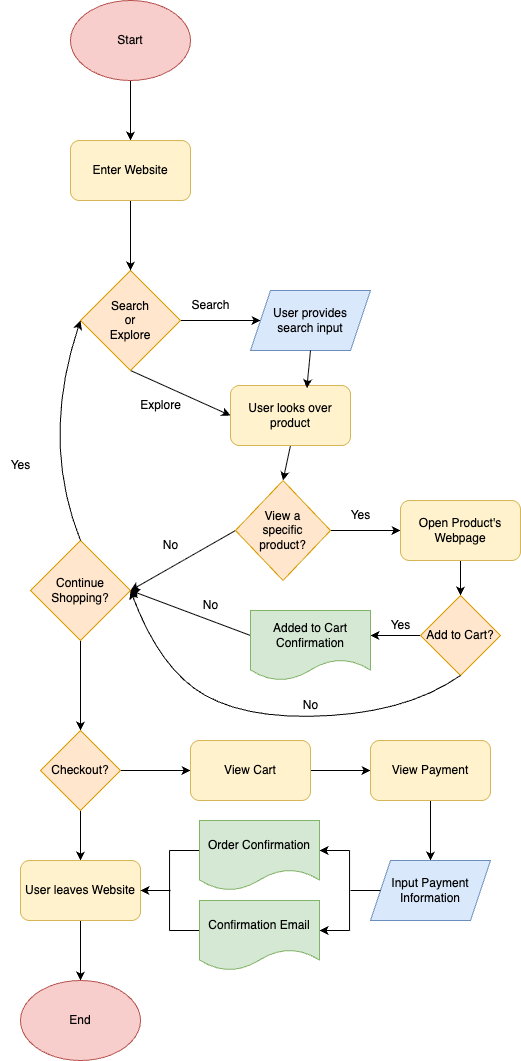
Before: explore/diagramming/diagram.drawio.png, a diagram exported from draw.io (2090lyn/sp26-cse110-lab4). Source tidied: cells renumbered, new cells last; positions are measured from the earlier drawing's top-left corner, leaving out a move shared by most shapes.
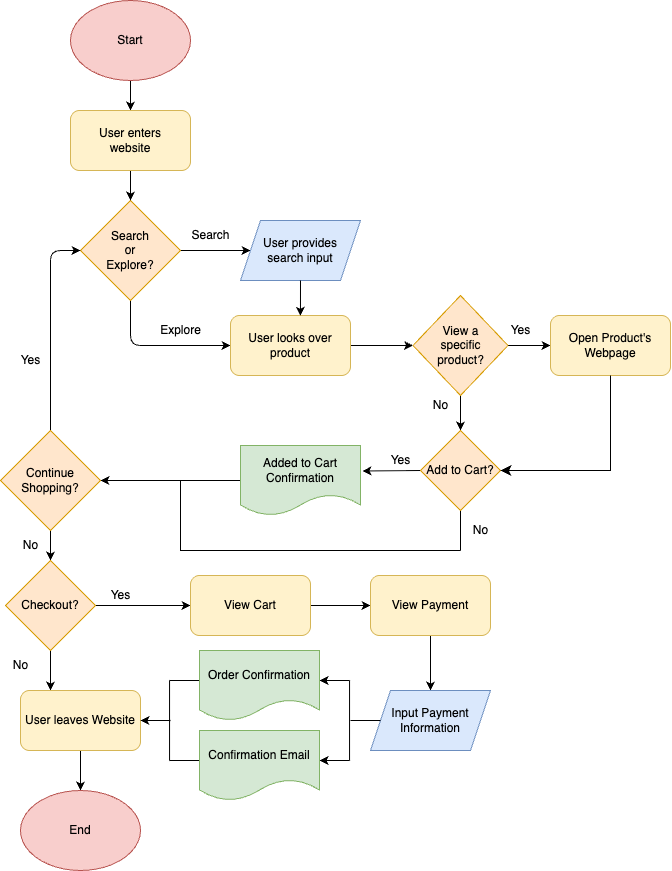
After the change.

Commit message:
fixed the order of sequence for diagram

What changed in the source:
```diff
@@ -6,200 +6,211 @@
       <mxGeometry relative="1" as="geometry" />
     </mxCell>
     <mxCell id="3" value="Start" style="ellipse;whiteSpace=wrap;html=1;fillColor=#f8cecc;strokeColor=#b85450;" parent="1" vertex="1">
-      <mxGeometry x="70" width="120" height="80" as="geometry" />
+      <mxGeometry x="-70" y="70" width="120" height="80" as="geometry" />
     </mxCell>
-    <mxCell id="4" style="edgeStyle=none;html=1;exitX=1;exitY=0.5;exitDx=0;exitDy=0;" parent="1" edge="1" source="6">
-      <mxGeometry relative="1" as="geometry">
-        <mxPoint x="260" y="320" as="targetPoint" />
-      </mxGeometry>
+    <mxCell id="4" style="edgeStyle=none;html=1;exitX=1;exitY=0.5;exitDx=0;exitDy=0;entryX=0;entryY=0.5;entryDx=0;entryDy=0;" parent="1" edge="1" source="6" target="9">
+      <mxGeometry relative="1" as="geometry" />
     </mxCell>
     <mxCell id="5" style="edgeStyle=none;html=1;exitX=0.5;exitY=1;exitDx=0;exitDy=0;entryX=0;entryY=0.5;entryDx=0;entryDy=0;" parent="1" edge="1" source="6" target="12">
-      <mxGeometry relative="1" as="geometry" />
+      <mxGeometry relative="1" as="geometry">
+        <Array as="points">
+          <mxPoint x="-10" y="415" />
+        </Array>
+      </mxGeometry>
     </mxCell>
-    <mxCell id="6" value="Search&lt;div&gt;or&lt;/div&gt;&lt;div&gt;Explore&lt;/div&gt;" style="rhombus;whiteSpace=wrap;html=1;fillColor=#ffe6cc;strokeColor=#d79b00;" parent="1" vertex="1">
-      <mxGeometry x="80" y="270" width="100" height="100" as="geometry" />
+    <mxCell id="6" value="Search&lt;div&gt;or&lt;/div&gt;&lt;div&gt;Explore?&lt;/div&gt;" style="rhombus;whiteSpace=wrap;html=1;fillColor=#ffe6cc;strokeColor=#d79b00;" parent="1" vertex="1">
+      <mxGeometry x="-60" y="270" width="100" height="100" as="geometry" />
     </mxCell>
     <mxCell id="7" style="edgeStyle=none;html=1;exitX=0.5;exitY=1;exitDx=0;exitDy=0;entryX=0.5;entryY=0;entryDx=0;entryDy=0;" parent="1" edge="1" source="8" target="6">
       <mxGeometry relative="1" as="geometry" />
     </mxCell>
-    <mxCell id="8" value="Enter Website" style="rounded=1;whiteSpace=wrap;html=1;fillColor=#fff2cc;strokeColor=#d6b656;" parent="1" vertex="1">
-      <mxGeometry x="70" y="140" width="120" height="60" as="geometry" />
+    <mxCell id="8" value="User enters&lt;div&gt;website&lt;/div&gt;" style="rounded=1;whiteSpace=wrap;html=1;fillColor=#fff2cc;strokeColor=#d6b656;" parent="1" vertex="1">
+      <mxGeometry x="-70" y="180" width="120" height="60" as="geometry" />
     </mxCell>
     <mxCell id="9" value="User provides&lt;div&gt;search input&lt;/div&gt;" style="shape=parallelogram;perimeter=parallelogramPerimeter;whiteSpace=wrap;html=1;fixedSize=1;fillColor=#dae8fc;strokeColor=#6c8ebf;" parent="1" vertex="1">
-      <mxGeometry x="250" y="290" width="120" height="60" as="geometry" />
+      <mxGeometry x="100" y="290" width="120" height="60" as="geometry" />
     </mxCell>
     <mxCell id="10" value="Search" style="text;html=1;align=center;verticalAlign=middle;strokeColor=none;fillColor=none;" parent="1" vertex="1">
-      <mxGeometry x="180" y="290" width="60" height="30" as="geometry" />
+      <mxGeometry x="40" y="290" width="60" height="30" as="geometry" />
     </mxCell>
-    <mxCell id="11" style="edgeStyle=none;html=1;exitX=0.5;exitY=1;exitDx=0;exitDy=0;entryX=0.5;entryY=0;entryDx=0;entryDy=0;" parent="1" edge="1" source="12" target="16">
+    <mxCell id="11" style="edgeStyle=none;html=1;exitX=1;exitY=0.5;exitDx=0;exitDy=0;entryX=0;entryY=0.5;entryDx=0;entryDy=0;" parent="1" edge="1" source="12" target="16">
       <mxGeometry relative="1" as="geometry" />
     </mxCell>
     <mxCell id="12" value="User looks over product" style="rounded=1;whiteSpace=wrap;html=1;fillColor=#fff2cc;strokeColor=#d6b656;" parent="1" vertex="1">
-      <mxGeometry x="230" y="385" width="120" height="60" as="geometry" />
+      <mxGeometry x="90" y="385" width="120" height="60" as="geometry" />
     </mxCell>
     <mxCell id="13" value="Explore" style="text;html=1;align=center;verticalAlign=middle;strokeColor=none;fillColor=none;" parent="1" vertex="1">
-      <mxGeometry x="130" y="390" width="60" height="30" as="geometry" />
+      <mxGeometry x="10" y="385" width="60" height="30" as="geometry" />
     </mxCell>
-    <mxCell id="14" style="edgeStyle=none;html=1;exitX=0;exitY=0.5;exitDx=0;exitDy=0;" parent="1" edge="1" source="16" target="18">
+    <mxCell id="14" style="edgeStyle=none;html=1;exitX=1;exitY=0.5;exitDx=0;exitDy=0;" parent="1" edge="1" source="16" target="18">
       <mxGeometry relative="1" as="geometry" />
     </mxCell>
-    <mxCell id="15" style="edgeStyle=none;html=1;exitX=0;exitY=0.5;exitDx=0;exitDy=0;" parent="1" edge="1" source="16">
-      <mxGeometry relative="1" as="geometry">
-        <mxPoint x="130" y="590" as="targetPoint" />
-      </mxGeometry>
-    </mxCell>
+    <mxCell id="55" style="edgeStyle=none;html=1;exitX=0.5;exitY=1;exitDx=0;exitDy=0;entryX=0.5;entryY=0;entryDx=0;entryDy=0;" parent="1" edge="1" source="16" target="21">
+      <mxGeometry relative="1" as="geometry" />
+    </mxCell>
     <mxCell id="16" value="View a&lt;div&gt;&amp;nbsp;specific&amp;nbsp;&lt;/div&gt;&lt;div&gt;product?&lt;/div&gt;" style="rhombus;whiteSpace=wrap;html=1;fillColor=#ffe6cc;strokeColor=#d79b00;" parent="1" vertex="1">
-      <mxGeometry x="235" y="480" width="95" height="100" as="geometry" />
+      <mxGeometry x="272.5" y="365" width="95" height="100" as="geometry" />
     </mxCell>
-    <mxCell id="17" style="edgeStyle=none;html=1;exitX=0.5;exitY=1;exitDx=0;exitDy=0;" parent="1" edge="1" source="18" target="21">
-      <mxGeometry relative="1" as="geometry" />
-    </mxCell>
     <mxCell id="18" value="Open Product's Webpage" style="rounded=1;whiteSpace=wrap;html=1;fillColor=#fff2cc;strokeColor=#d6b656;" parent="1" vertex="1">
-      <mxGeometry x="400" y="500" width="120" height="60" as="geometry" />
+      <mxGeometry x="410" y="385" width="120" height="60" as="geometry" />
     </mxCell>
     <mxCell id="19" value="Yes" style="text;html=1;align=center;verticalAlign=middle;strokeColor=none;fillColor=none;" parent="1" vertex="1">
-      <mxGeometry x="340" y="500" width="40" height="30" as="geometry" />
+      <mxGeometry x="360" y="385" width="40" height="30" as="geometry" />
     </mxCell>
-    <mxCell id="20" style="edgeStyle=none;html=1;exitX=0;exitY=0.5;exitDx=0;exitDy=0;" parent="1" edge="1" source="21">
-      <mxGeometry relative="1" as="geometry">
-        <mxPoint x="370" y="635" as="targetPoint" />
-      </mxGeometry>
+    <mxCell id="20" style="edgeStyle=none;html=1;exitX=0;exitY=0.5;exitDx=0;exitDy=0;entryX=1.017;entryY=0.364;entryDx=0;entryDy=0;entryPerimeter=0;" parent="1" edge="1" source="21" target="53">
+      <mxGeometry relative="1" as="geometry" />
     </mxCell>
+    <mxCell id="56" style="edgeStyle=none;html=1;exitX=0.5;exitY=1;exitDx=0;exitDy=0;endArrow=none;endFill=0;" parent="1" edge="1" source="21">
+      <mxGeometry relative="1" as="geometry">
+        <mxPoint x="320" y="620" as="targetPoint" />
+      </mxGeometry>
+    </mxCell>
     <mxCell id="21" value="Add to Cart?" style="rhombus;whiteSpace=wrap;html=1;fillColor=#ffe6cc;strokeColor=#d79b00;" parent="1" vertex="1">
-      <mxGeometry x="420" y="595" width="80" height="80" as="geometry" />
+      <mxGeometry x="280" y="500" width="80" height="80" as="geometry" />
     </mxCell>
-    <mxCell id="22" style="edgeStyle=none;html=1;exitX=0;exitY=0.5;exitDx=0;exitDy=0;entryX=1;entryY=0.5;entryDx=0;entryDy=0;" parent="1" edge="1" target="26">
-      <mxGeometry relative="1" as="geometry">
-        <mxPoint x="250" y="635" as="sourcePoint" />
-      </mxGeometry>
+    <mxCell id="22" style="edgeStyle=none;html=1;exitX=0;exitY=0.5;exitDx=0;exitDy=0;entryX=1;entryY=0.5;entryDx=0;entryDy=0;" parent="1" edge="1" source="53" target="26">
+      <mxGeometry relative="1" as="geometry" />
     </mxCell>
     <mxCell id="23" value="Yes" style="text;html=1;align=center;verticalAlign=middle;strokeColor=none;fillColor=none;" parent="1" vertex="1">
-      <mxGeometry x="380" y="610" width="40" height="30" as="geometry" />
+      <mxGeometry x="240" y="515" width="40" height="30" as="geometry" />
     </mxCell>
-    <mxCell id="24" style="edgeStyle=none;html=1;exitX=0.5;exitY=1;exitDx=0;exitDy=0;entryX=0.636;entryY=0.045;entryDx=0;entryDy=0;entryPerimeter=0;" parent="1" edge="1" source="9" target="12">
-      <mxGeometry relative="1" as="geometry" />
-    </mxCell>
     <mxCell id="25" style="edgeStyle=none;html=1;exitX=0.5;exitY=1;exitDx=0;exitDy=0;" parent="1" edge="1" source="26" target="35">
       <mxGeometry relative="1" as="geometry" />
     </mxCell>
+    <mxCell id="31" style="edgeStyle=none;html=1;exitX=0.5;exitY=0;exitDx=0;exitDy=0;entryX=0;entryY=0.5;entryDx=0;entryDy=0;" parent="1" edge="1" source="26" target="6">
+      <mxGeometry relative="1" as="geometry">
+        <Array as="points">
+          <mxPoint x="-90" y="320" />
+        </Array>
+      </mxGeometry>
+    </mxCell>
     <mxCell id="26" value="Continue Shopping?" style="rhombus;whiteSpace=wrap;html=1;fillColor=#ffe6cc;strokeColor=#d79b00;" parent="1" vertex="1">
-      <mxGeometry x="30" y="540" width="100" height="100" as="geometry" />
+      <mxGeometry x="-140" y="500" width="100" height="100" as="geometry" />
     </mxCell>
-    <mxCell id="27" style="curved=1;endArrow=classic;html=1;exitX=0.5;exitY=1;exitDx=0;exitDy=0;entryX=1;entryY=0.5;entryDx=0;entryDy=0;" parent="1" edge="1" source="21" target="26">
-      <mxGeometry relative="1" as="geometry">
-        <Array as="points">
-          <mxPoint x="410" y="710" />
-          <mxPoint x="250" y="720" />
-          <mxPoint x="160" y="670" />
-        </Array>
-      </mxGeometry>
-    </mxCell>
     <mxCell id="28" value="No" style="text;html=1;align=center;verticalAlign=middle;strokeColor=none;fillColor=none;" parent="1" vertex="1">
-      <mxGeometry x="150" y="530" width="40" height="30" as="geometry" />
+      <mxGeometry x="280" y="460" width="40" height="30" as="geometry" />
     </mxCell>
     <mxCell id="29" value="No" style="text;html=1;align=center;verticalAlign=middle;strokeColor=none;fillColor=none;" parent="1" vertex="1">
-      <mxGeometry x="190" y="590" width="40" height="30" as="geometry" />
+      <mxGeometry x="-130" y="600" width="40" height="30" as="geometry" />
     </mxCell>
     <mxCell id="30" value="No" style="text;html=1;align=center;verticalAlign=middle;strokeColor=none;fillColor=none;" parent="1" vertex="1">
-      <mxGeometry x="290" y="690" width="40" height="30" as="geometry" />
+      <mxGeometry x="320" y="585" width="40" height="30" as="geometry" />
     </mxCell>
-    <mxCell id="31" style="curved=1;endArrow=classic;html=1;entryX=0;entryY=0.5;entryDx=0;entryDy=0;exitX=0.5;exitY=0;exitDx=0;exitDy=0;" parent="1" edge="1" source="26" target="6">
-      <mxGeometry relative="1" as="geometry">
-        <Array as="points">
-          <mxPoint x="40" y="440" />
-        </Array>
-      </mxGeometry>
-    </mxCell>
     <mxCell id="32" value="Yes" style="text;html=1;align=center;verticalAlign=middle;strokeColor=none;fillColor=none;" parent="1" vertex="1">
-      <mxGeometry y="450" width="40" height="30" as="geometry" />
+      <mxGeometry x="-130" y="415" width="40" height="30" as="geometry" />
     </mxCell>
-    <mxCell id="33" style="edgeStyle=none;html=1;exitX=0.5;exitY=1;exitDx=0;exitDy=0;entryX=0.5;entryY=0;entryDx=0;entryDy=0;" parent="1" edge="1" source="35" target="37">
+    <mxCell id="33" style="edgeStyle=none;html=1;exitX=0.5;exitY=1;exitDx=0;exitDy=0;entryX=0.25;entryY=0;entryDx=0;entryDy=0;" parent="1" edge="1" source="35" target="37">
       <mxGeometry relative="1" as="geometry" />
     </mxCell>
     <mxCell id="34" style="edgeStyle=none;html=1;exitX=1;exitY=0.5;exitDx=0;exitDy=0;entryX=0;entryY=0.5;entryDx=0;entryDy=0;" parent="1" edge="1" source="35" target="40">
       <mxGeometry relative="1" as="geometry" />
     </mxCell>
     <mxCell id="35" value="Checkout?" style="rhombus;whiteSpace=wrap;html=1;fillColor=#ffe6cc;strokeColor=#d79b00;" parent="1" vertex="1">
-      <mxGeometry x="40" y="730" width="80" height="80" as="geometry" />
+      <mxGeometry x="-135" y="630" width="90" height="90" as="geometry" />
     </mxCell>
     <mxCell id="36" style="edgeStyle=none;html=1;exitX=0.5;exitY=1;exitDx=0;exitDy=0;entryX=0.5;entryY=0;entryDx=0;entryDy=0;" parent="1" edge="1" source="37" target="38">
       <mxGeometry relative="1" as="geometry" />
     </mxCell>
     <mxCell id="37" value="User leaves Website" style="rounded=1;whiteSpace=wrap;html=1;fillColor=#fff2cc;strokeColor=#d6b656;" parent="1" vertex="1">
-      <mxGeometry x="20" y="860" width="120" height="60" as="geometry" />
+      <mxGeometry x="-120" y="760" width="120" height="60" as="geometry" />
     </mxCell>
     <mxCell id="38" value="End" style="ellipse;whiteSpace=wrap;html=1;fillColor=#f8cecc;strokeColor=#b85450;" parent="1" vertex="1">
-      <mxGeometry x="20" y="980" width="120" height="80" as="geometry" />
+      <mxGeometry x="-120" y="860" width="120" height="80" as="geometry" />
     </mxCell>
     <mxCell id="39" style="edgeStyle=none;html=1;exitX=1;exitY=0.5;exitDx=0;exitDy=0;" parent="1" edge="1" source="40" target="42">
       <mxGeometry relative="1" as="geometry" />
     </mxCell>
     <mxCell id="40" value="View Cart" style="rounded=1;whiteSpace=wrap;html=1;fillColor=#fff2cc;strokeColor=#d6b656;" parent="1" vertex="1">
-      <mxGeometry x="190" y="740" width="120" height="60" as="geometry" />
+      <mxGeometry x="50" y="645" width="120" height="60" as="geometry" />
     </mxCell>
     <mxCell id="41" style="edgeStyle=none;html=1;" parent="1" edge="1" source="42" target="43">
       <mxGeometry relative="1" as="geometry" />
     </mxCell>
     <mxCell id="42" value="View Payment" style="rounded=1;whiteSpace=wrap;html=1;fillColor=#fff2cc;strokeColor=#d6b656;" parent="1" vertex="1">
-      <mxGeometry x="370" y="740" width="120" height="60" as="geometry" />
+      <mxGeometry x="230" y="645" width="120" height="60" as="geometry" />
     </mxCell>
     <mxCell id="43" value="Input Payment Information" style="shape=parallelogram;perimeter=parallelogramPerimeter;whiteSpace=wrap;html=1;fixedSize=1;fillColor=#dae8fc;strokeColor=#6c8ebf;" parent="1" vertex="1">
-      <mxGeometry x="370" y="860" width="120" height="60" as="geometry" />
+      <mxGeometry x="230" y="760" width="120" height="60" as="geometry" />
     </mxCell>
     <mxCell id="44" style="endArrow=none;html=1;" parent="1" edge="1">
       <mxGeometry relative="1" as="geometry">
-        <mxPoint x="169.1" y="930" as="sourcePoint" />
-        <mxPoint x="169.1" y="850" as="targetPoint" />
+        <mxPoint x="29.1" y="830" as="sourcePoint" />
+        <mxPoint x="29.1" y="750" as="targetPoint" />
       </mxGeometry>
     </mxCell>
     <mxCell id="45" style="endArrow=none;html=1;" parent="1" edge="1">
       <mxGeometry relative="1" as="geometry">
-        <mxPoint x="349" y="930" as="sourcePoint" />
-        <mxPoint x="349" y="850" as="targetPoint" />
+        <mxPoint x="209" y="830" as="sourcePoint" />
+        <mxPoint x="209" y="750" as="targetPoint" />
       </mxGeometry>
     </mxCell>
     <mxCell id="46" style="endArrow=classic;html=1;entryX=1;entryY=0.5;entryDx=0;entryDy=0;" parent="1" edge="1">
       <mxGeometry relative="1" as="geometry">
-        <mxPoint x="349" y="850" as="sourcePoint" />
-        <mxPoint x="319.1" y="850" as="targetPoint" />
+        <mxPoint x="209" y="750" as="sourcePoint" />
+        <mxPoint x="179.1" y="750" as="targetPoint" />
       </mxGeometry>
     </mxCell>
     <mxCell id="47" style="endArrow=classic;html=1;" parent="1" edge="1">
       <mxGeometry relative="1" as="geometry">
-        <mxPoint x="349" y="930" as="sourcePoint" />
-        <mxPoint x="319.1" y="930" as="targetPoint" />
+        <mxPoint x="209" y="830" as="sourcePoint" />
+        <mxPoint x="179.1" y="830" as="targetPoint" />
       </mxGeometry>
     </mxCell>
     <mxCell id="48" style="endArrow=none;html=1;endFill=0;" parent="1" edge="1">
       <mxGeometry relative="1" as="geometry">
-        <mxPoint x="199.1" y="850" as="sourcePoint" />
-        <mxPoint x="169.1" y="850" as="targetPoint" />
+        <mxPoint x="59.1" y="750" as="sourcePoint" />
+        <mxPoint x="29.1" y="750" as="targetPoint" />
       </mxGeometry>
     </mxCell>
     <mxCell id="49" style="endArrow=none;html=1;endFill=0;" parent="1" edge="1">
       <mxGeometry relative="1" as="geometry">
-        <mxPoint x="199.1" y="930" as="sourcePoint" />
-        <mxPoint x="169.1" y="930" as="targetPoint" />
+        <mxPoint x="59.1" y="830" as="sourcePoint" />
+        <mxPoint x="29.1" y="830" as="targetPoint" />
       </mxGeometry>
     </mxCell>
     <mxCell id="50" style="endArrow=classic;html=1;entryX=1;entryY=0.5;entryDx=0;entryDy=0;" parent="1" edge="1" target="37">
       <mxGeometry relative="1" as="geometry">
-        <mxPoint x="170" y="890" as="sourcePoint" />
+        <mxPoint x="30" y="790" as="sourcePoint" />
       </mxGeometry>
     </mxCell>
     <mxCell id="51" value="&lt;span style=&quot;color: rgb(0, 0, 0);&quot;&gt;Order Confirmation&lt;/span&gt;" style="shape=document;whiteSpace=wrap;html=1;boundedLbl=1;fillColor=#d5e8d4;strokeColor=#82b366;" parent="1" vertex="1">
-      <mxGeometry x="199.1" y="820" width="120" height="70" as="geometry" />
+      <mxGeometry x="59.1" y="720" width="120" height="70" as="geometry" />
     </mxCell>
     <mxCell id="52" value="Confirmation Email" style="shape=document;whiteSpace=wrap;html=1;boundedLbl=1;fillColor=#d5e8d4;strokeColor=#82b366;" parent="1" vertex="1">
-      <mxGeometry x="199.1" y="900" width="120" height="70" as="geometry" />
+      <mxGeometry x="59.1" y="800" width="120" height="70" as="geometry" />
     </mxCell>
     <mxCell id="53" value="Added to Cart Confirmation" style="shape=document;whiteSpace=wrap;html=1;boundedLbl=1;fillColor=#d5e8d4;strokeColor=#82b366;" parent="1" vertex="1">
-      <mxGeometry x="250" y="610" width="120" height="70" as="geometry" />
+      <mxGeometry x="100" y="515" width="120" height="70" as="geometry" />
     </mxCell>
     <mxCell id="54" style="endArrow=none;html=1;entryX=0;entryY=0.5;entryDx=0;entryDy=0;" parent="1" edge="1" target="43">
       <mxGeometry relative="1" as="geometry">
-        <mxPoint x="350" y="890" as="sourcePoint" />
+        <mxPoint x="210" y="790" as="sourcePoint" />
       </mxGeometry>
     </mxCell>
+    <mxCell id="17" style="edgeStyle=elbowEdgeStyle;elbow=horizontal;endArrow=classic;html=1;curved=0;rounded=0;endSize=8;startSize=8;exitX=0.5;exitY=1;exitDx=0;exitDy=0;entryX=1;entryY=0.5;entryDx=0;entryDy=0;" parent="1" edge="1" source="18" target="21">
+      <mxGeometry relative="1" as="geometry">
+        <Array as="points">
+          <mxPoint x="470" y="500" />
+        </Array>
+      </mxGeometry>
+    </mxCell>
+    <mxCell id="57" value="Yes" style="text;html=1;align=center;verticalAlign=middle;strokeColor=none;fillColor=none;" parent="1" vertex="1">
+      <mxGeometry x="-40" y="650" width="40" height="30" as="geometry" />
+    </mxCell>
+    <mxCell id="58" value="No" style="text;html=1;align=center;verticalAlign=middle;strokeColor=none;fillColor=none;" parent="1" vertex="1">
+      <mxGeometry x="-140" y="720" width="40" height="30" as="geometry" />
+    </mxCell>
+    <mxCell id="59" style="edgeStyle=elbowEdgeStyle;elbow=horizontal;endArrow=none;html=1;curved=0;rounded=0;endSize=8;startSize=8;endFill=0;" parent="1" edge="1">
+      <mxGeometry relative="1" as="geometry">
+        <mxPoint x="320" y="620" as="sourcePoint" />
+        <mxPoint x="40" y="550" as="targetPoint" />
+        <Array as="points">
+          <mxPoint x="40" y="670" />
+        </Array>
+      </mxGeometry>
+    </mxCell>
+    <mxCell id="24" style="edgeStyle=none;html=1;exitX=0.5;exitY=1;exitDx=0;exitDy=0;entryX=0.583;entryY=0.006;entryDx=0;entryDy=0;entryPerimeter=0;" parent="1" edge="1" source="9" target="12">
+      <mxGeometry relative="1" as="geometry" />
+    </mxCell>
   </root>
 </mxGraphModel>
```
